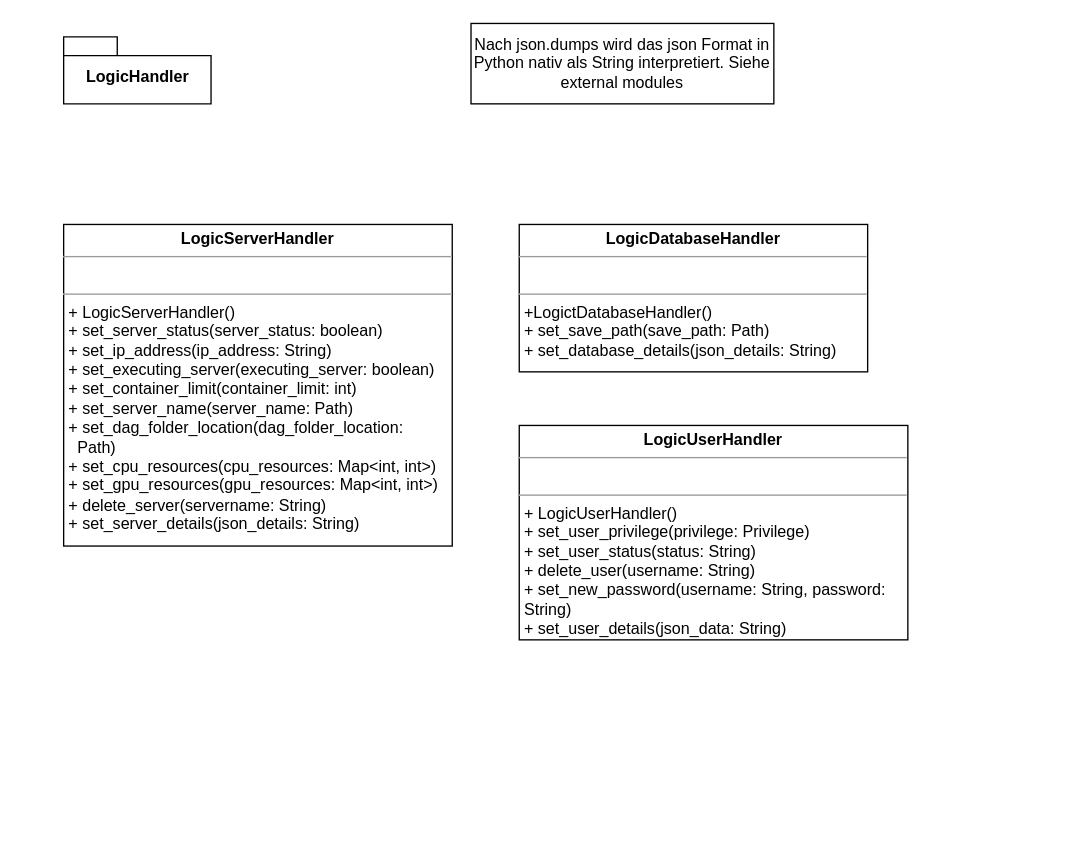
Earlier version of the draw.io diagram entwurf/logic_hardware.drawio (soerenray/MatFlow). Source tidied: cells renumbered, new cells numbered last; positions are measured from the earlier drawing's top-left corner, leaving out a move shared by most shapes. Both pictures are drawn from the tidied source at 134%, with x=0, y=0 at pixel (63, 23).
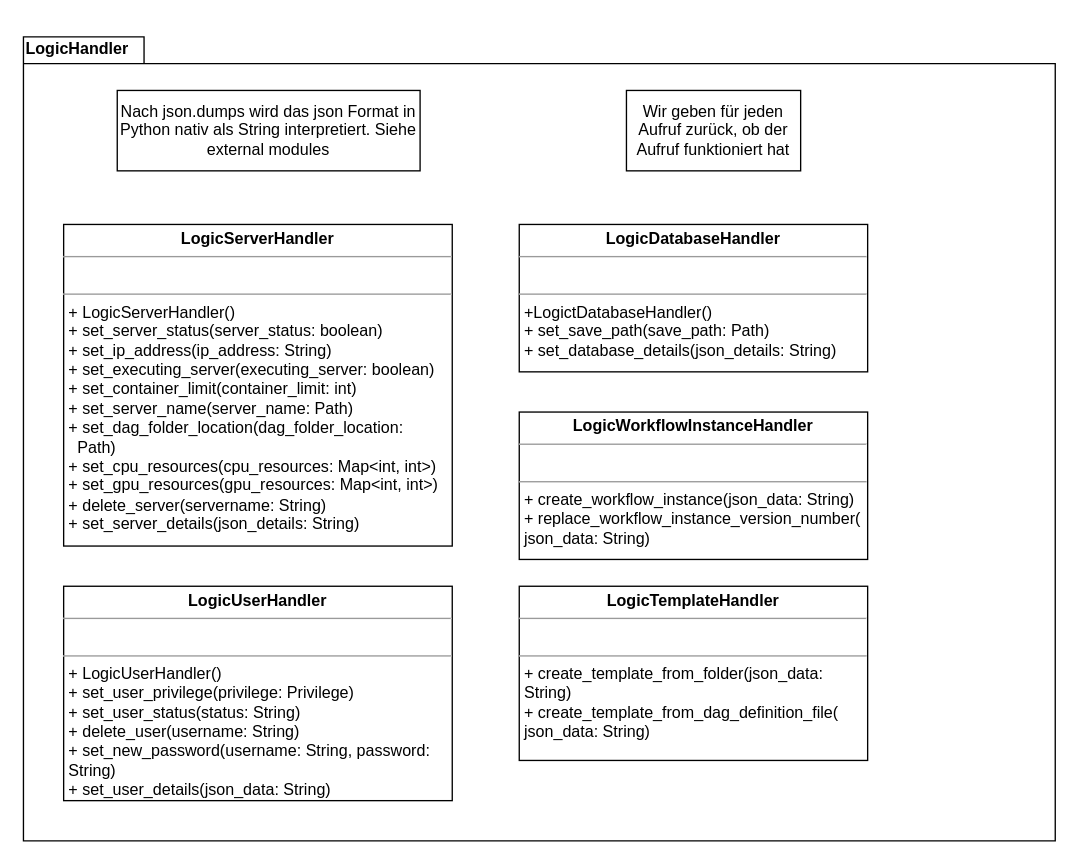
Above is the later version.

Commit message (it also covers changes not shown here):
Added Alessandro's things

What changed in the source:
```diff
@@
 <mxGraphModel>
   <root>
     <mxCell id="0" />
     <mxCell id="1" parent="0" />
-    <mxCell id="2" value="LogicHandler" style="shape=folder;fontStyle=1;spacingTop=10;tabWidth=40;tabHeight=14;tabPosition=left;html=1;" parent="1" vertex="1">
-      <mxGeometry y="10" width="110" height="50" as="geometry" />
+    <mxCell id="2" value="LogicHandler" style="shape=folder;fontStyle=1;spacingTop=-5;tabWidth=90;tabHeight=20;tabPosition=left;html=1;align=left;verticalAlign=top;" parent="1" vertex="1">
+      <mxGeometry x="-30" y="10" width="770" height="600" as="geometry" />
     </mxCell>
     <mxCell id="3" value="Nach json.dumps wird das json Format in Python nativ als String interpretiert. Siehe external modules" style="rounded=0;whiteSpace=wrap;html=1;" parent="1" vertex="1">
-      <mxGeometry x="304" width="226" height="60" as="geometry" />
+      <mxGeometry x="40" y="50" width="226" height="60" as="geometry" />
     </mxCell>
     <mxCell id="4" value="&lt;p style=&quot;margin: 0px ; margin-top: 4px ; text-align: center&quot;&gt;&lt;b&gt;LogicServerHandler&lt;/b&gt;&lt;/p&gt;&lt;hr size=&quot;1&quot;&gt;&lt;p style=&quot;margin: 0px ; margin-left: 4px&quot;&gt;&lt;br&gt;&lt;/p&gt;&lt;hr size=&quot;1&quot;&gt;&lt;p style=&quot;margin: 0px ; margin-left: 4px&quot;&gt;+ LogicServerHandler()&lt;/p&gt;&lt;p style=&quot;margin: 0px ; margin-left: 4px&quot;&gt;+ set_server_status(server_status: boolean)&lt;/p&gt;&lt;p style=&quot;margin: 0px ; margin-left: 4px&quot;&gt;+ set_ip_address(ip_address: String)&lt;/p&gt;&lt;p style=&quot;margin: 0px ; margin-left: 4px&quot;&gt;+ set_executing_server(executing_server: boolean)&lt;/p&gt;&lt;p style=&quot;margin: 0px ; margin-left: 4px&quot;&gt;+ set_container_limit(container_limit: int)&lt;/p&gt;&lt;p style=&quot;margin: 0px ; margin-left: 4px&quot;&gt;+ set_server_name(server_name: Path)&lt;/p&gt;&lt;p style=&quot;margin: 0px ; margin-left: 4px&quot;&gt;+ set_dag_folder_location(dag_folder_location:&amp;nbsp;&lt;/p&gt;&lt;p style=&quot;margin: 0px ; margin-left: 4px&quot;&gt;&lt;span&gt;&amp;nbsp; &lt;/span&gt;Path)&lt;/p&gt;&lt;p style=&quot;margin: 0px ; margin-left: 4px&quot;&gt;+ set_cpu_resources(cpu_resources: Map&amp;lt;int, int&amp;gt;)&lt;/p&gt;&lt;p style=&quot;margin: 0px ; margin-left: 4px&quot;&gt;+ set_gpu_resources(gpu_resources: Map&amp;lt;int, int&amp;gt;)&lt;/p&gt;&lt;p style=&quot;margin: 0px ; margin-left: 4px&quot;&gt;+ delete_server(servername: String)&lt;/p&gt;&lt;p style=&quot;margin: 0px ; margin-left: 4px&quot;&gt;+ set_server_details(json_details: String)&lt;/p&gt;&lt;p style=&quot;margin: 0px ; margin-left: 4px&quot;&gt;&lt;br&gt;&lt;/p&gt;" style="verticalAlign=top;align=left;overflow=fill;fontSize=12;fontFamily=Helvetica;html=1;" parent="1" vertex="1">
       <mxGeometry y="150" width="290" height="240" as="geometry" />
     </mxCell>
     <mxCell id="5" value="&lt;p style=&quot;margin: 0px ; margin-top: 4px ; text-align: center&quot;&gt;&lt;b&gt;LogicDatabaseHandler&lt;/b&gt;&lt;/p&gt;&lt;hr size=&quot;1&quot;&gt;&lt;p style=&quot;margin: 0px ; margin-left: 4px&quot;&gt;&lt;br&gt;&lt;/p&gt;&lt;hr size=&quot;1&quot;&gt;&lt;p style=&quot;margin: 0px ; margin-left: 4px&quot;&gt;+LogictDatabaseHandler()&lt;/p&gt;&lt;p style=&quot;margin: 0px ; margin-left: 4px&quot;&gt;+ set_save_path(save_path: Path)&lt;/p&gt;&lt;p style=&quot;margin: 0px ; margin-left: 4px&quot;&gt;+ set_database_details(json_details: String)&lt;/p&gt;&lt;p style=&quot;margin: 0px ; margin-left: 4px&quot;&gt;&lt;br&gt;&lt;/p&gt;" style="verticalAlign=top;align=left;overflow=fill;fontSize=12;fontFamily=Helvetica;html=1;" parent="1" vertex="1">
       <mxGeometry x="340" y="150" width="260" height="110" as="geometry" />
     </mxCell>
     <mxCell id="6" value="&lt;p style=&quot;margin: 0px ; margin-top: 4px ; text-align: center&quot;&gt;&lt;b&gt;LogicUserHandler&lt;/b&gt;&lt;/p&gt;&lt;hr size=&quot;1&quot;&gt;&lt;p style=&quot;margin: 0px ; margin-left: 4px&quot;&gt;&lt;br&gt;&lt;/p&gt;&lt;hr size=&quot;1&quot;&gt;&lt;p style=&quot;margin: 0px ; margin-left: 4px&quot;&gt;+ LogicUserHandler()&lt;/p&gt;&lt;p style=&quot;margin: 0px ; margin-left: 4px&quot;&gt;+ set_user_privilege(privilege: Privilege)&lt;/p&gt;&lt;p style=&quot;margin: 0px ; margin-left: 4px&quot;&gt;+ set_user_status(status: String)&lt;/p&gt;&lt;p style=&quot;margin: 0px ; margin-left: 4px&quot;&gt;+ delete_user(username: String)&lt;/p&gt;&lt;p style=&quot;margin: 0px ; margin-left: 4px&quot;&gt;+ set_new_password(username: String, password:&lt;/p&gt;&lt;p style=&quot;margin: 0px ; margin-left: 4px&quot;&gt;String)&lt;/p&gt;&lt;p style=&quot;margin: 0px ; margin-left: 4px&quot;&gt;+ set_user_details(json_data: String)&lt;/p&gt;" style="verticalAlign=top;align=left;overflow=fill;fontSize=12;fontFamily=Helvetica;html=1;" parent="1" vertex="1">
-      <mxGeometry x="340" y="300" width="290" height="160" as="geometry" />
+      <mxGeometry y="420" width="290" height="160" as="geometry" />
     </mxCell>
+    <mxCell id="7" value="Wir geben für jeden Aufruf zurück, ob der Aufruf funktioniert hat" style="rounded=0;whiteSpace=wrap;html=1;" parent="1" vertex="1">
+      <mxGeometry x="420" y="50" width="130" height="60" as="geometry" />
+    </mxCell>
+    <mxCell id="8" value="&lt;p style=&quot;margin: 0px ; margin-top: 4px ; text-align: center&quot;&gt;&lt;b&gt;LogicWorkflowInstanceHandler&lt;/b&gt;&lt;/p&gt;&lt;hr size=&quot;1&quot;&gt;&lt;p style=&quot;margin: 0px ; margin-left: 4px&quot;&gt;&lt;br&gt;&lt;/p&gt;&lt;hr size=&quot;1&quot;&gt;&lt;p style=&quot;margin: 0px ; margin-left: 4px&quot;&gt;+ create_workflow_instance(json_data: String)&lt;/p&gt;&lt;p style=&quot;margin: 0px ; margin-left: 4px&quot;&gt;+ replace_workflow_instance_version_number(&lt;/p&gt;&lt;p style=&quot;margin: 0px ; margin-left: 4px&quot;&gt;json_data: String)&lt;/p&gt;" style="verticalAlign=top;align=left;overflow=fill;fontSize=12;fontFamily=Helvetica;html=1;" parent="1" vertex="1">
+      <mxGeometry x="340" y="290" width="260" height="110" as="geometry" />
+    </mxCell>
+    <mxCell id="9" value="&lt;p style=&quot;margin: 0px ; margin-top: 4px ; text-align: center&quot;&gt;&lt;b&gt;LogicTemplateHandler&lt;/b&gt;&lt;/p&gt;&lt;hr size=&quot;1&quot;&gt;&lt;p style=&quot;margin: 0px ; margin-left: 4px&quot;&gt;&lt;br&gt;&lt;/p&gt;&lt;hr size=&quot;1&quot;&gt;&lt;p style=&quot;margin: 0px ; margin-left: 4px&quot;&gt;+ create_template_from_folder(json_data:&amp;nbsp;&lt;/p&gt;&lt;p style=&quot;margin: 0px ; margin-left: 4px&quot;&gt;String)&lt;/p&gt;&lt;p style=&quot;margin: 0px ; margin-left: 4px&quot;&gt;+ create_template_from_dag_definition_file(&lt;/p&gt;&lt;p style=&quot;margin: 0px ; margin-left: 4px&quot;&gt;json_data: String)&lt;/p&gt;" style="verticalAlign=top;align=left;overflow=fill;fontSize=12;fontFamily=Helvetica;html=1;" parent="1" vertex="1">
+      <mxGeometry x="340" y="420" width="260" height="130" as="geometry" />
+    </mxCell>
   </root>
 </mxGraphModel>
```
